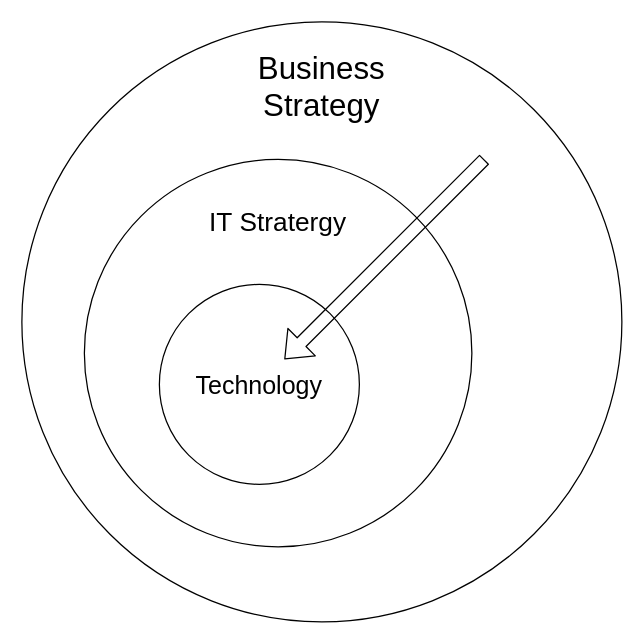
codefinity/oeuvre keeps this draw.io diagram as page "ITStratergy" (10 of 12) of design/ExplanationDiagrams.drawio. Above is the earlier version. Source tidied: cells renumbered, new cells numbered last; positions are measured from the earlier drawing's top-left corner, leaving out a move shared by most shapes. Both pictures are drawn from the tidied source at 125%, with x=0, y=0 at pixel (21, 21).
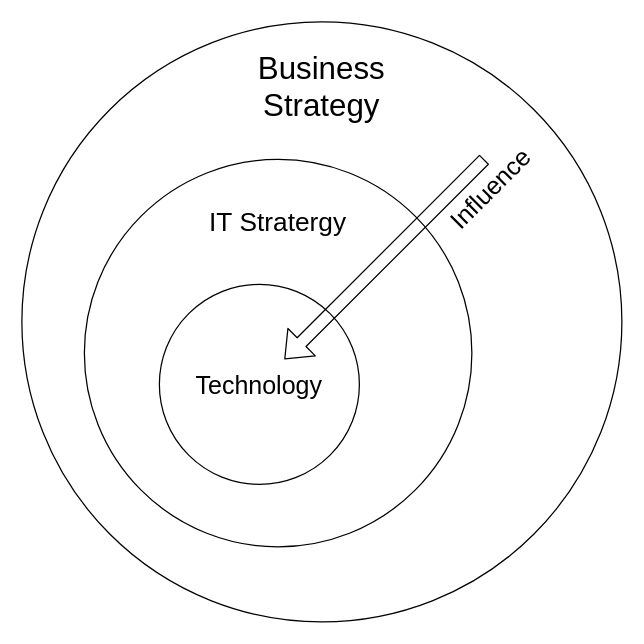
Above is the later version.

Commit message (it also covers changes not shown here):
Modified IT stratergy diagram

Diff of the diagram source:
```diff
@@
 <mxGraphModel>
   <root>
     <mxCell id="0" />
     <mxCell id="1" parent="0" />
     <mxCell id="2" value="&lt;font style=&quot;font-size: 25px&quot;&gt;Business&lt;br&gt;Strategy&lt;br&gt;&lt;/font&gt;" style="ellipse;whiteSpace=wrap;html=1;fontSize=25;align=center;verticalAlign=top;spacingTop=15;" parent="1" vertex="1">
       <mxGeometry width="480" height="480" as="geometry" />
     </mxCell>
     <mxCell id="3" value="IT&amp;nbsp;Stratergy" style="ellipse;whiteSpace=wrap;html=1;fontSize=21;verticalAlign=top;spacingTop=31;" parent="1" vertex="1">
       <mxGeometry x="50" y="110" width="310" height="310" as="geometry" />
     </mxCell>
     <mxCell id="4" value="Technology" style="ellipse;whiteSpace=wrap;html=1;fontSize=20;" parent="1" vertex="1">
       <mxGeometry x="110" y="210" width="160" height="160" as="geometry" />
     </mxCell>
     <mxCell id="5" style="shape=flexArrow;endArrow=classic;html=1;fontSize=20;entryX=0.625;entryY=0.375;entryDx=0;entryDy=0;entryPerimeter=0;" parent="1" edge="1" target="4">
       <mxGeometry relative="1" as="geometry">
         <mxPoint x="370" y="110" as="sourcePoint" />
       </mxGeometry>
     </mxCell>
+    <mxCell id="6" value="Influence" style="text;strokeColor=none;fillColor=none;align=center;verticalAlign=middle;whiteSpace=wrap;rounded=0;shadow=0;glass=0;comic=0;sketch=0;fontSize=20;fontColor=none;rotation=315;spacingTop=0;spacing=2;html=1;" parent="1" vertex="1">
+      <mxGeometry x="330" y="120" width="89" height="26" as="geometry" />
+    </mxCell>
   </root>
 </mxGraphModel>
```
